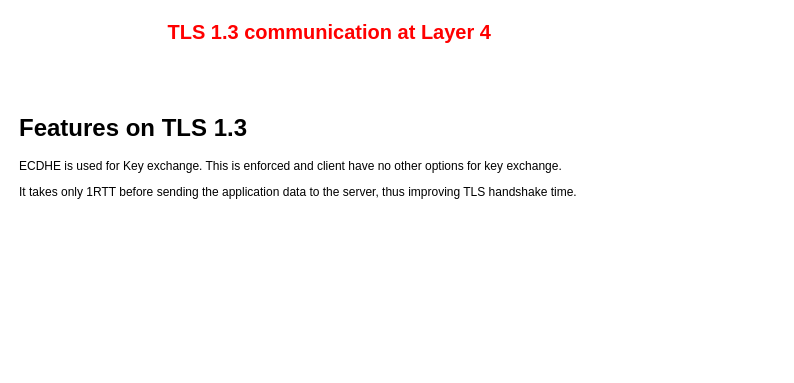
Earlier version of the draw.io diagram page "TLS 1.3" (5 of 5) of TLS.drawio (yepurivamsikrishna/drawio-diagrams). Source tidied: cells renumbered, new cells numbered last; positions are measured from the earlier drawing's top-left corner, leaving out a move shared by most shapes. Both pictures are drawn from the tidied source at 100%, with x=0, y=0 at pixel (17, 17).
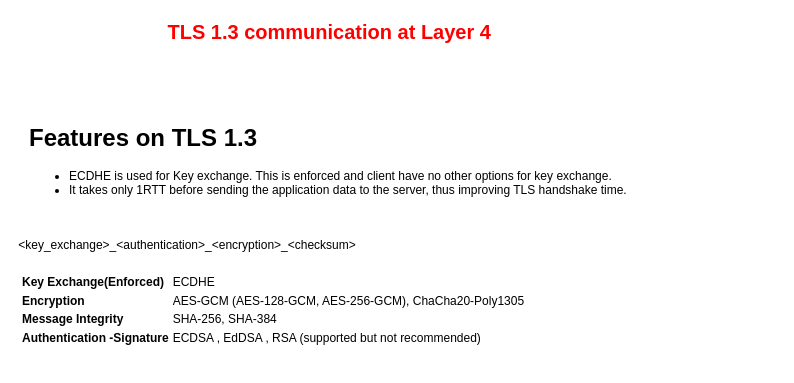
The same diagram, later.

The edit, as a diff of the source:
```diff
@@
 <mxGraphModel>
   <root>
     <mxCell id="0" />
     <mxCell id="1" parent="0" />
     <mxCell id="2" value="&lt;font style=&quot;color: rgb(255, 0, 0); font-size: 20px;&quot;&gt;TLS 1.3 communication at Layer 4&amp;nbsp;&lt;/font&gt;" style="text;html=1;align=center;verticalAlign=middle;whiteSpace=wrap;rounded=0;fontSize=18;fontColor=#FF0000;fontStyle=1;" parent="1" vertex="1">
       <mxGeometry x="10.4" width="610" height="30" as="geometry" />
     </mxCell>
-    <mxCell id="3" value="&lt;h1 style=&quot;margin-top: 0px;&quot;&gt;Features on TLS 1.3&lt;/h1&gt;&lt;p&gt;ECDHE is used for Key exchange. This is enforced and client have no other options for key exchange.&lt;/p&gt;&lt;p&gt;It takes only 1RTT before sending the application data to the server, thus improving TLS handshake time.&lt;/p&gt;" style="text;html=1;whiteSpace=wrap;overflow=hidden;rounded=0;" parent="1" vertex="1">
-      <mxGeometry y="90" width="740" height="120" as="geometry" />
+    <mxCell id="3" value="&lt;h1 style=&quot;margin-top: 0px;&quot;&gt;Features on TLS 1.3&lt;/h1&gt;&lt;p&gt;&lt;/p&gt;&lt;ul&gt;&lt;li&gt;ECDHE is used for Key exchange. This is enforced and client have no other options for key exchange.&lt;/li&gt;&lt;li&gt;It takes only 1RTT before sending the application data to the server, thus improving TLS handshake time.&lt;/li&gt;&lt;/ul&gt;&lt;p&gt;&lt;/p&gt;" style="text;html=1;whiteSpace=wrap;overflow=hidden;rounded=0;" parent="1" vertex="1">
+      <mxGeometry x="10" y="100" width="740" height="120" as="geometry" />
     </mxCell>
+    <mxCell id="4" value="&lt;table&gt;&lt;thead&gt;&lt;tr&gt;&lt;th&gt;&lt;br&gt;&lt;/th&gt;&lt;th&gt;&lt;br&gt;&lt;/th&gt;&lt;/tr&gt;&lt;/thead&gt;&lt;tbody&gt;&lt;tr&gt;&lt;td&gt;&lt;strong&gt;Key Exchange(Enforced)&lt;/strong&gt;&lt;/td&gt;&lt;td&gt;ECDHE&amp;nbsp;&lt;/td&gt;&lt;/tr&gt;&lt;tr&gt;&lt;td&gt;&lt;strong&gt;Encryption&lt;/strong&gt;&lt;/td&gt;&lt;td&gt;AES-GCM (AES-128-GCM, AES-256-GCM), ChaCha20-Poly1305&lt;/td&gt;&lt;/tr&gt;&lt;tr&gt;&lt;td&gt;&lt;strong&gt;Message Integrity&lt;/strong&gt;&lt;/td&gt;&lt;td&gt;SHA-256, SHA-384&lt;/td&gt;&lt;/tr&gt;&lt;tr&gt;&lt;td&gt;&lt;strong&gt;Authentication -Signature&lt;/strong&gt;&lt;/td&gt;&lt;td&gt;ECDSA , EdDSA , RSA (supported but not recommended)&lt;/td&gt;&lt;/tr&gt;&lt;tr&gt;&lt;td&gt;&lt;br&gt;&lt;/td&gt;&lt;td&gt;&lt;br&gt;&lt;/td&gt;&lt;/tr&gt;&lt;/tbody&gt;&lt;/table&gt;" style="text;whiteSpace=wrap;html=1;" parent="1" vertex="1">
+      <mxGeometry y="230" width="760" height="110" as="geometry" />
+    </mxCell>
+    <mxCell id="5" value="&lt;div&gt;&amp;lt;key_exchange&amp;gt;_&amp;lt;authentication&amp;gt;_&amp;lt;encryption&amp;gt;_&amp;lt;checksum&amp;gt;&lt;/div&gt;&lt;div&gt;&lt;br&gt;&lt;/div&gt;" style="text;html=1;align=center;verticalAlign=middle;whiteSpace=wrap;rounded=0;" parent="1" vertex="1">
+      <mxGeometry x="140" y="220" width="60" height="30" as="geometry" />
+    </mxCell>
   </root>
 </mxGraphModel>
```
